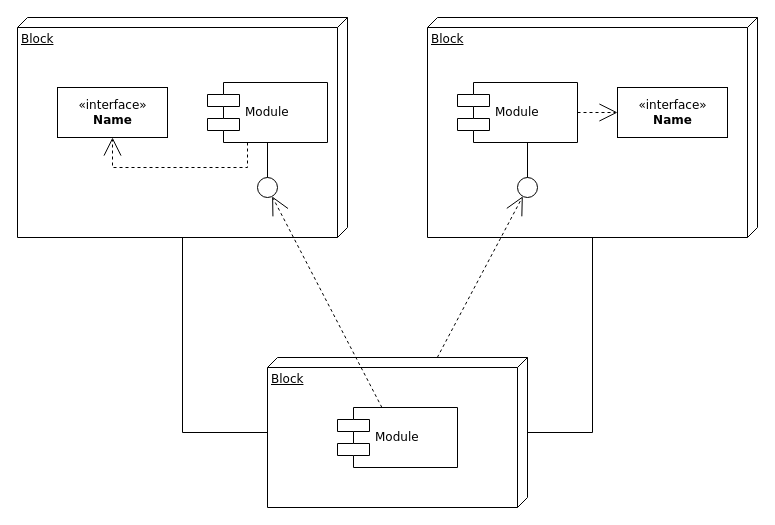
This is todoByVue.drawio from jbkim4040/todoByVue, a draw.io file, before an edit. Source tidied: cells renumbered, new cells numbered last; positions are measured from the earlier drawing's top-left corner, leaving out a move shared by most shapes. Both pictures are drawn from the tidied source at 100%, with x=0, y=0 at pixel (17, 17).
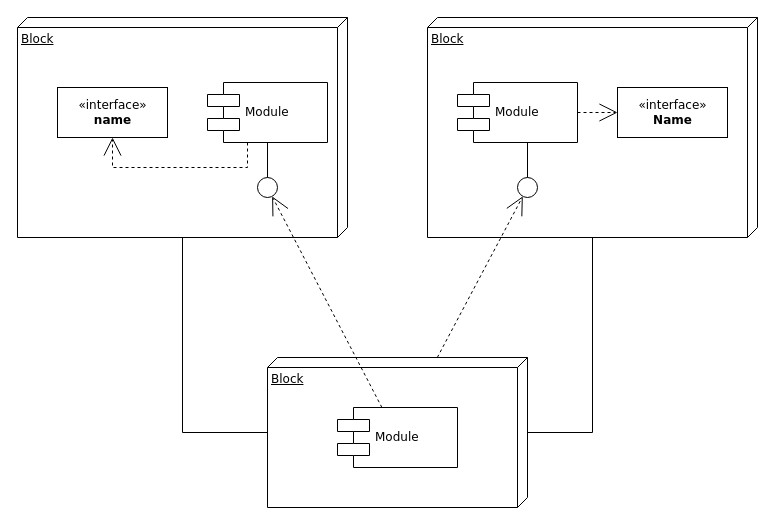
Above is the later version.

Diff of the diagram source:
```diff
@@
-    <mxCell id="5" value="&amp;laquo;interface&amp;raquo;&lt;br&gt;&lt;b&gt;Name&lt;/b&gt;" style="html=1;rounded=0;shadow=0;comic=0;labelBackgroundColor=none;strokeWidth=1;fontFamily=Verdana;fontSize=12;align=center;" parent="1" vertex="1">
+    <mxCell id="5" value="«interface»&lt;br&gt;&lt;b&gt;name&lt;/b&gt;" style="html=1;rounded=0;shadow=0;comic=0;labelBackgroundColor=none;strokeWidth=1;fontFamily=Verdana;fontSize=12;align=center;" parent="1" vertex="1">
       <mxGeometry x="40" y="70" width="110" height="50" as="geometry" />
     </mxCell>
```
